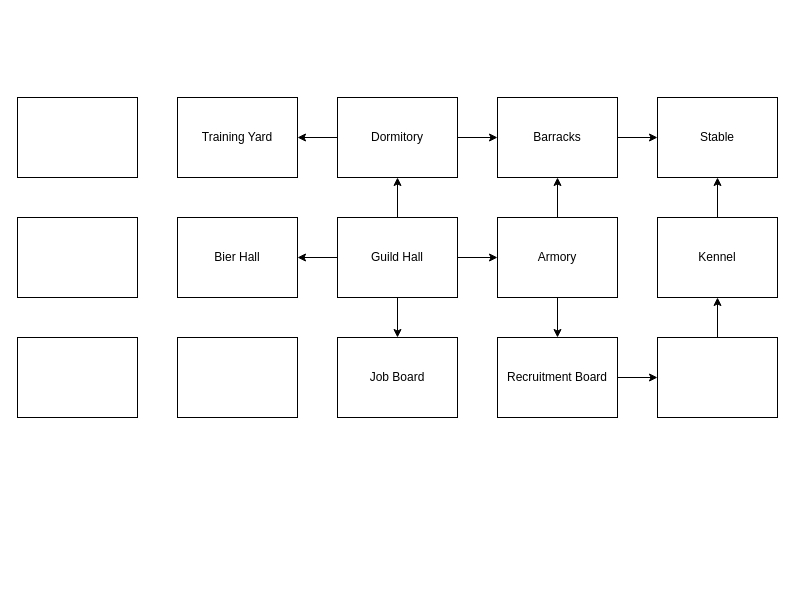
Above: Untitled Diagram.drawio in badgkat/chatapp (draw.io), before the change. Source tidied: cells renumbered, new cells numbered last; positions are measured from the earlier drawing's top-left corner, leaving out a move shared by most shapes. Both pictures are drawn from the tidied source at 100%, with x=0, y=0 at pixel (17, 97).
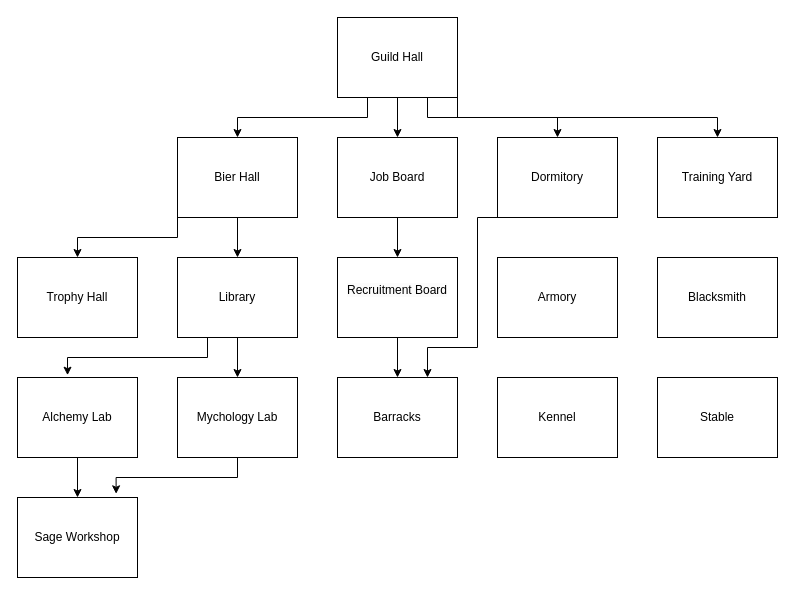
The same page after the edit.

The edit, as a diff of the source:
```diff
@@
+    <mxCell id="4" style="edgeStyle=orthogonalEdgeStyle;rounded=0;jettySize=auto;html=1;exitX=0.25;exitY=1;exitDx=0;exitDy=0;entryX=0.5;entryY=0;entryDx=0;entryDy=0;" parent="1" edge="1" source="6" target="17">
+      <mxGeometry relative="1" as="geometry" />
+    </mxCell>
-    <mxCell id="2" style="edgeStyle=orthogonalEdgeStyle;rounded=0;jettySize=auto;html=1;exitX=0.5;exitY=0;exitDx=0;exitDy=0;" parent="1" edge="1" source="6" target="28">
+    <mxCell id="2" style="edgeStyle=orthogonalEdgeStyle;rounded=0;jettySize=auto;html=1;exitX=0.75;exitY=1;exitDx=0;exitDy=0;entryX=0.5;entryY=0;entryDx=0;entryDy=0;" parent="1" edge="1" source="6" target="28">
       <mxGeometry relative="1" as="geometry" />
     </mxCell>
-    <mxCell id="3" style="edgeStyle=orthogonalEdgeStyle;rounded=0;jettySize=auto;html=1;exitX=0.5;exitY=1;exitDx=0;exitDy=0;entryX=0.5;entryY=0;entryDx=0;entryDy=0;" parent="1" edge="1" source="6" target="7">
-      <mxGeometry relative="1" as="geometry" />
-    </mxCell>
-    <mxCell id="4" style="edgeStyle=orthogonalEdgeStyle;rounded=0;jettySize=auto;html=1;exitX=0;exitY=0.5;exitDx=0;exitDy=0;entryX=1;entryY=0.5;entryDx=0;entryDy=0;" parent="1" edge="1" source="6" target="17">
-      <mxGeometry relative="1" as="geometry" />
-    </mxCell>
-    <mxCell id="5" style="edgeStyle=orthogonalEdgeStyle;rounded=0;jettySize=auto;html=1;exitX=1;exitY=0.5;exitDx=0;exitDy=0;entryX=0;entryY=0.5;entryDx=0;entryDy=0;" parent="1" edge="1" source="6" target="10">
-      <mxGeometry relative="1" as="geometry" />
-    </mxCell>
+    <mxCell id="29" style="edgeStyle=orthogonalEdgeStyle;rounded=0;jettySize=auto;html=1;exitX=1;exitY=1;exitDx=0;exitDy=0;entryX=0.5;entryY=0;entryDx=0;entryDy=0;" parent="1" edge="1" source="6" target="21">
+      <mxGeometry relative="1" as="geometry" />
+    </mxCell>
     <mxCell id="6" value="Guild Hall" style="rounded=0;whiteSpace=wrap;html=1;" parent="1" vertex="1">
-      <mxGeometry x="320" y="120" width="120" height="80" as="geometry" />
+      <mxGeometry x="320" y="-80" width="120" height="80" as="geometry" />
     </mxCell>
+    <mxCell id="30" style="edgeStyle=orthogonalEdgeStyle;rounded=0;jettySize=auto;html=1;exitX=0.5;exitY=1;exitDx=0;exitDy=0;" parent="1" edge="1" source="7" target="16">
+      <mxGeometry relative="1" as="geometry" />
+    </mxCell>
-    <mxCell id="7" value="Job Board" style="rounded=0;whiteSpace=wrap;html=1;" parent="1" vertex="1">
-      <mxGeometry x="320" y="240" width="120" height="80" as="geometry" />
+    <mxCell id="7" value="&#10;&lt;span style=&quot;color: rgb(0, 0, 0); font-family: Helvetica; font-size: 12px; font-style: normal; font-variant-ligatures: normal; font-variant-caps: normal; font-weight: 400; letter-spacing: normal; orphans: 2; text-align: center; text-indent: 0px; text-transform: none; widows: 2; word-spacing: 0px; -webkit-text-stroke-width: 0px; white-space: normal; background-color: rgb(251, 251, 251); text-decoration-thickness: initial; text-decoration-style: initial; text-decoration-color: initial; display: inline !important; float: none;&quot;&gt;Recruitment Board&lt;/span&gt;&#10;&#10;" style="rounded=0;whiteSpace=wrap;html=1;" parent="1" vertex="1">
+      <mxGeometry x="320" y="160" width="120" height="80" as="geometry" />
     </mxCell>
-    <mxCell id="8" style="edgeStyle=orthogonalEdgeStyle;rounded=0;jettySize=auto;html=1;exitX=0.5;exitY=0;exitDx=0;exitDy=0;" parent="1" edge="1" source="10" target="16">
-      <mxGeometry relative="1" as="geometry" />
-    </mxCell>
-    <mxCell id="9" style="edgeStyle=orthogonalEdgeStyle;rounded=0;jettySize=auto;html=1;exitX=0.5;exitY=1;exitDx=0;exitDy=0;" parent="1" edge="1" source="10" target="12">
-      <mxGeometry relative="1" as="geometry" />
-    </mxCell>
     <mxCell id="10" value="Armory" style="rounded=0;whiteSpace=wrap;html=1;" parent="1" vertex="1">
-      <mxGeometry x="480" y="120" width="120" height="80" as="geometry" />
+      <mxGeometry x="480" y="160" width="120" height="80" as="geometry" />
     </mxCell>
-    <mxCell id="11" style="edgeStyle=orthogonalEdgeStyle;rounded=0;jettySize=auto;html=1;exitX=1;exitY=0.5;exitDx=0;exitDy=0;entryX=0;entryY=0.5;entryDx=0;entryDy=0;" parent="1" edge="1" source="12" target="19">
-      <mxGeometry relative="1" as="geometry" />
-    </mxCell>
-    <mxCell id="12" value="Recruitment Board" style="rounded=0;whiteSpace=wrap;html=1;" parent="1" vertex="1">
-      <mxGeometry x="480" y="240" width="120" height="80" as="geometry" />
+    <mxCell id="12" value="Blacksmith" style="rounded=0;whiteSpace=wrap;html=1;" parent="1" vertex="1">
+      <mxGeometry x="640" y="160" width="120" height="80" as="geometry" />
     </mxCell>
-    <mxCell id="13" style="rounded=0;whiteSpace=wrap;html=1;" parent="1" vertex="1">
-      <mxGeometry x="160" y="240" width="120" height="80" as="geometry" />
+    <mxCell id="13" value="Trophy Hall" style="rounded=0;whiteSpace=wrap;html=1;" parent="1" vertex="1">
+      <mxGeometry y="160" width="120" height="80" as="geometry" />
     </mxCell>
-    <mxCell id="14" value="Training Yard" style="rounded=0;whiteSpace=wrap;html=1;" parent="1" vertex="1">
-      <mxGeometry x="160" width="120" height="80" as="geometry" />
+    <mxCell id="14" value="Mychology Lab" style="rounded=0;whiteSpace=wrap;html=1;" parent="1" vertex="1">
+      <mxGeometry x="160" y="280" width="120" height="80" as="geometry" />
     </mxCell>
-    <mxCell id="15" style="edgeStyle=orthogonalEdgeStyle;rounded=0;jettySize=auto;html=1;exitX=1;exitY=0.5;exitDx=0;exitDy=0;" parent="1" edge="1" source="16" target="22">
-      <mxGeometry relative="1" as="geometry" />
-    </mxCell>
     <mxCell id="16" value="Barracks" style="rounded=0;whiteSpace=wrap;html=1;" parent="1" vertex="1">
-      <mxGeometry x="480" width="120" height="80" as="geometry" />
+      <mxGeometry x="320" y="280" width="120" height="80" as="geometry" />
     </mxCell>
+    <mxCell id="31" style="edgeStyle=orthogonalEdgeStyle;rounded=0;jettySize=auto;html=1;exitX=0.5;exitY=1;exitDx=0;exitDy=0;entryX=0.5;entryY=0;entryDx=0;entryDy=0;" parent="1" edge="1" source="17" target="25">
+      <mxGeometry relative="1" as="geometry" />
+    </mxCell>
+    <mxCell id="32" style="edgeStyle=orthogonalEdgeStyle;rounded=0;jettySize=auto;html=1;exitX=0;exitY=1;exitDx=0;exitDy=0;entryX=0.5;entryY=0;entryDx=0;entryDy=0;" parent="1" edge="1" source="17" target="13">
+      <mxGeometry relative="1" as="geometry" />
+    </mxCell>
     <mxCell id="17" value="Bier Hall" style="rounded=0;whiteSpace=wrap;html=1;" parent="1" vertex="1">
-      <mxGeometry x="160" y="120" width="120" height="80" as="geometry" />
+      <mxGeometry x="160" y="40" width="120" height="80" as="geometry" />
     </mxCell>
-    <mxCell id="18" style="edgeStyle=orthogonalEdgeStyle;rounded=0;jettySize=auto;html=1;exitX=0.5;exitY=0;exitDx=0;exitDy=0;entryX=0.5;entryY=1;entryDx=0;entryDy=0;" parent="1" edge="1" source="19" target="21">
-      <mxGeometry relative="1" as="geometry" />
-    </mxCell>
-    <mxCell id="19" style="rounded=0;whiteSpace=wrap;html=1;" parent="1" vertex="1">
-      <mxGeometry x="640" y="240" width="120" height="80" as="geometry" />
+    <mxCell id="19" value="Kennel" style="rounded=0;whiteSpace=wrap;html=1;" parent="1" vertex="1">
+      <mxGeometry x="480" y="280" width="120" height="80" as="geometry" />
     </mxCell>
-    <mxCell id="20" style="edgeStyle=orthogonalEdgeStyle;rounded=0;jettySize=auto;html=1;exitX=0.5;exitY=0;exitDx=0;exitDy=0;entryX=0.5;entryY=1;entryDx=0;entryDy=0;" parent="1" edge="1" source="21" target="22">
-      <mxGeometry relative="1" as="geometry" />
-    </mxCell>
-    <mxCell id="21" value="Kennel" style="rounded=0;whiteSpace=wrap;html=1;" parent="1" vertex="1">
-      <mxGeometry x="640" y="120" width="120" height="80" as="geometry" />
+    <mxCell id="21" value="Training Yard" style="rounded=0;whiteSpace=wrap;html=1;" parent="1" vertex="1">
+      <mxGeometry x="640" y="40" width="120" height="80" as="geometry" />
     </mxCell>
     <mxCell id="22" value="Stable" style="rounded=0;whiteSpace=wrap;html=1;" parent="1" vertex="1">
-      <mxGeometry x="640" width="120" height="80" as="geometry" />
+      <mxGeometry x="640" y="280" width="120" height="80" as="geometry" />
     </mxCell>
-    <mxCell id="23" style="rounded=0;whiteSpace=wrap;html=1;" parent="1" vertex="1">
-      <mxGeometry width="120" height="80" as="geometry" />
+    <mxCell id="23" value="Sage Workshop" style="rounded=0;whiteSpace=wrap;html=1;" parent="1" vertex="1">
+      <mxGeometry y="400" width="120" height="80" as="geometry" />
     </mxCell>
+    <mxCell id="33" style="edgeStyle=orthogonalEdgeStyle;rounded=0;jettySize=auto;html=1;exitX=0.5;exitY=1;exitDx=0;exitDy=0;" parent="1" edge="1" source="24" target="23">
+      <mxGeometry relative="1" as="geometry" />
+    </mxCell>
-    <mxCell id="24" style="rounded=0;whiteSpace=wrap;html=1;" parent="1" vertex="1">
-      <mxGeometry y="120" width="120" height="80" as="geometry" />
+    <mxCell id="24" value="Alchemy Lab" style="rounded=0;whiteSpace=wrap;html=1;" parent="1" vertex="1">
+      <mxGeometry y="280" width="120" height="80" as="geometry" />
     </mxCell>
+    <mxCell id="34" style="edgeStyle=orthogonalEdgeStyle;rounded=0;jettySize=auto;html=1;exitX=0.5;exitY=1;exitDx=0;exitDy=0;" parent="1" edge="1" source="25" target="14">
+      <mxGeometry relative="1" as="geometry" />
+    </mxCell>
-    <mxCell id="25" style="rounded=0;whiteSpace=wrap;html=1;" parent="1" vertex="1">
-      <mxGeometry y="240" width="120" height="80" as="geometry" />
+    <mxCell id="25" value="Library" style="rounded=0;whiteSpace=wrap;html=1;" parent="1" vertex="1">
+      <mxGeometry x="160" y="160" width="120" height="80" as="geometry" />
     </mxCell>
-    <mxCell id="26" style="edgeStyle=orthogonalEdgeStyle;rounded=0;jettySize=auto;html=1;exitX=0;exitY=0.5;exitDx=0;exitDy=0;" parent="1" edge="1" source="28" target="14">
-      <mxGeometry relative="1" as="geometry" />
-    </mxCell>
-    <mxCell id="27" style="edgeStyle=orthogonalEdgeStyle;rounded=0;jettySize=auto;html=1;exitX=1;exitY=0.5;exitDx=0;exitDy=0;" parent="1" edge="1" source="28" target="16">
-      <mxGeometry relative="1" as="geometry" />
+    <mxCell id="27" style="edgeStyle=orthogonalEdgeStyle;rounded=0;jettySize=auto;html=1;exitX=0;exitY=1;exitDx=0;exitDy=0;entryX=0.75;entryY=0;entryDx=0;entryDy=0;" parent="1" edge="1" source="28" target="16">
+      <mxGeometry relative="1" as="geometry">
+        <Array as="points">
+          <mxPoint x="460" y="120" />
+          <mxPoint x="460" y="250" />
+          <mxPoint x="410" y="250" />
+        </Array>
+      </mxGeometry>
     </mxCell>
     <mxCell id="28" value="Dormitory" style="rounded=0;whiteSpace=wrap;html=1;" parent="1" vertex="1">
-      <mxGeometry x="320" width="120" height="80" as="geometry" />
+      <mxGeometry x="480" y="40" width="120" height="80" as="geometry" />
     </mxCell>
+    <mxCell id="35" style="edgeStyle=orthogonalEdgeStyle;rounded=0;orthogonalLoop=1;jettySize=auto;html=1;exitX=0.5;exitY=1;exitDx=0;exitDy=0;endArrow=none;startFill=0;" parent="1" edge="1" source="17" target="17">
+      <mxGeometry relative="1" as="geometry" />
+    </mxCell>
+    <mxCell id="36" style="edgeStyle=orthogonalEdgeStyle;rounded=0;jettySize=auto;html=1;exitX=0.5;exitY=1;exitDx=0;exitDy=0;" parent="1" edge="1" source="37" target="7">
+      <mxGeometry relative="1" as="geometry" />
+    </mxCell>
+    <mxCell id="37" value="Job Board" style="rounded=0;whiteSpace=wrap;html=1;" parent="1" vertex="1">
+      <mxGeometry x="320" y="40" width="120" height="80" as="geometry" />
+    </mxCell>
+    <mxCell id="38" style="endArrow=classic;html=1;rounded=0;exitX=0.5;exitY=1;exitDx=0;exitDy=0;" parent="1" edge="1" source="6" target="37">
+      <mxGeometry relative="1" as="geometry" />
+    </mxCell>
+    <mxCell id="39" style="edgeStyle=orthogonalEdgeStyle;rounded=0;jettySize=auto;html=1;exitX=0.25;exitY=1;exitDx=0;exitDy=0;entryX=0.417;entryY=-0.029;entryDx=0;entryDy=0;entryPerimeter=0;" parent="1" edge="1" source="25" target="24">
+      <mxGeometry relative="1" as="geometry" />
+    </mxCell>
+    <mxCell id="40" style="edgeStyle=orthogonalEdgeStyle;rounded=0;jettySize=auto;html=1;exitX=0.5;exitY=1;exitDx=0;exitDy=0;entryX=0.822;entryY=-0.046;entryDx=0;entryDy=0;entryPerimeter=0;" parent="1" edge="1" source="14" target="23">
+      <mxGeometry relative="1" as="geometry" />
+    </mxCell>
```
